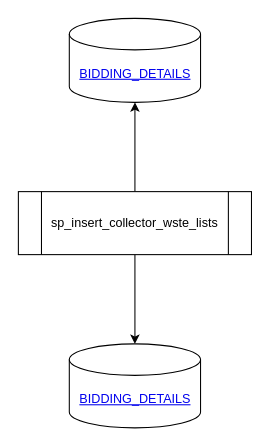
The draw.io diagram sp_insert_collector_wste_lists.drawio in Leo-Nam/chium_draw, before the edit. Source tidied: cells renumbered, new cells numbered last; positions are measured from the earlier drawing's top-left corner, leaving out a move shared by most shapes. Both pictures are drawn from the tidied source at 105%, with x=0, y=0 at pixel (18, 18).
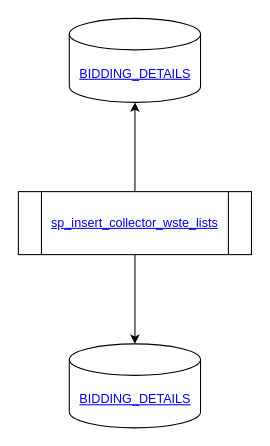
After the change.

Commit message (it also covers changes not shown here):
sp_insert_collector_wste_lists

Change to the diagram source:
```diff
@@
 <mxGraphModel>
   <root>
     <mxCell id="0" />
     <mxCell id="1" parent="0" />
     <mxCell id="2" style="edgeStyle=orthogonalEdgeStyle;rounded=0;jettySize=auto;html=1;" parent="1" edge="1" source="4" target="5">
       <mxGeometry relative="1" as="geometry" />
     </mxCell>
     <mxCell id="3" style="edgeStyle=orthogonalEdgeStyle;rounded=0;jettySize=auto;html=1;" parent="1" edge="1" source="4" target="6">
       <mxGeometry relative="1" as="geometry" />
     </mxCell>
-    <mxCell id="4" value="sp_insert_collector_wste_lists" style="shape=process;whiteSpace=wrap;html=1;backgroundOutline=1;" parent="1" vertex="1">
+    <mxCell id="4" value="&lt;a href=&quot;https://www.notion.so/sp_insert_collector_wste_lists-71c7fd93bebb4050a07ca805bad9a7db&quot;&gt;sp_insert_collector_wste_lists&lt;/a&gt;" style="shape=process;whiteSpace=wrap;html=1;backgroundOutline=1;" parent="1" vertex="1">
       <mxGeometry y="165" width="222" height="60" as="geometry" />
     </mxCell>
     <mxCell id="5" value="&lt;a href=&quot;https://www.notion.so/BIDDING_DETAILS-7c8f3526888945e1bb55d0cbd1e3f9e1&quot;&gt;BIDDING_DETAILS&lt;/a&gt;" style="shape=cylinder3;whiteSpace=wrap;html=1;boundedLbl=1;backgroundOutline=1;size=15;" parent="1" vertex="1">
       <mxGeometry x="48.5" width="125" height="80" as="geometry" />
     </mxCell>
     <mxCell id="6" value="&lt;a href=&quot;https://www.notion.so/BIDDING_DETAILS-7c8f3526888945e1bb55d0cbd1e3f9e1&quot;&gt;BIDDING_DETAILS&lt;/a&gt;" style="shape=cylinder3;whiteSpace=wrap;html=1;boundedLbl=1;backgroundOutline=1;size=15;" parent="1" vertex="1">
       <mxGeometry x="48.5" y="310" width="125" height="80" as="geometry" />
     </mxCell>
   </root>
 </mxGraphModel>
```
